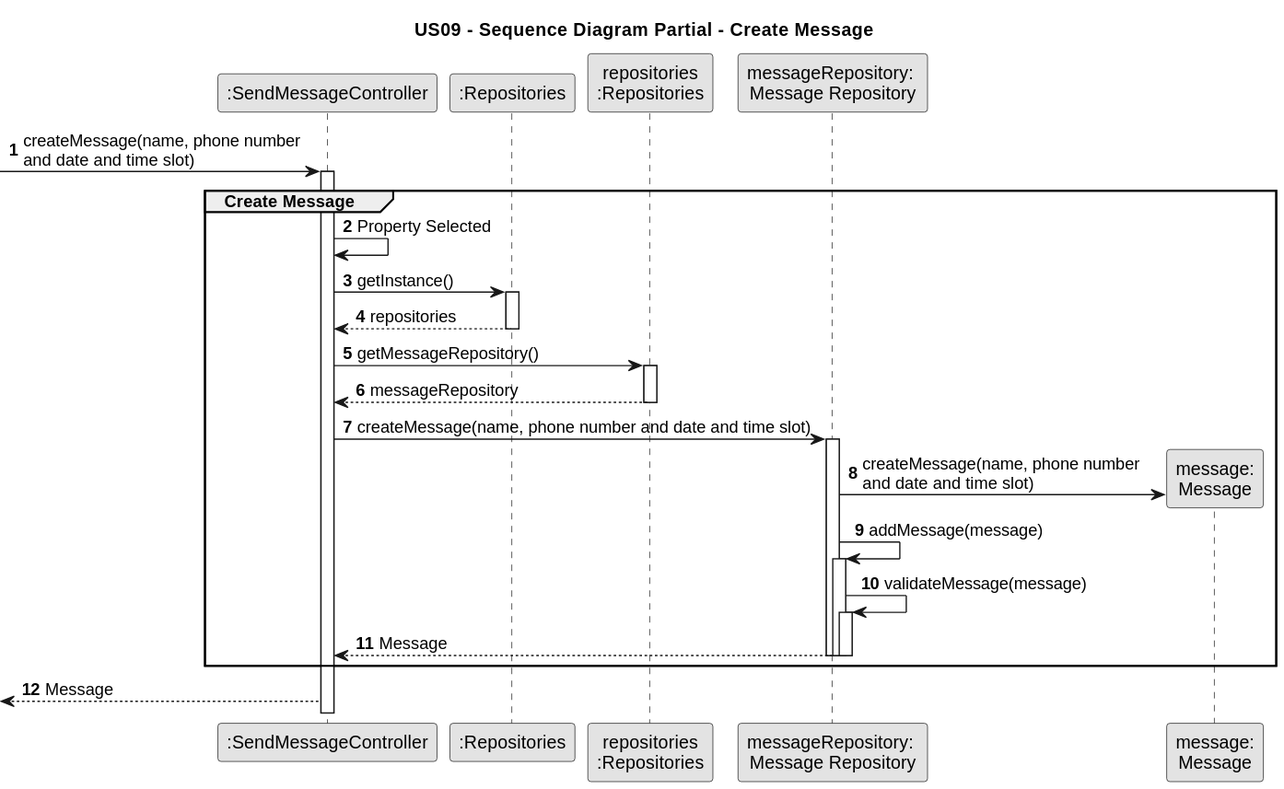
The PlantUML diagram docs/sprintC/US09/03.design/svg/us09-sequence-diagram-partial-create-message.svg in PureNimble/ISEP-LAPR2, before a commit.
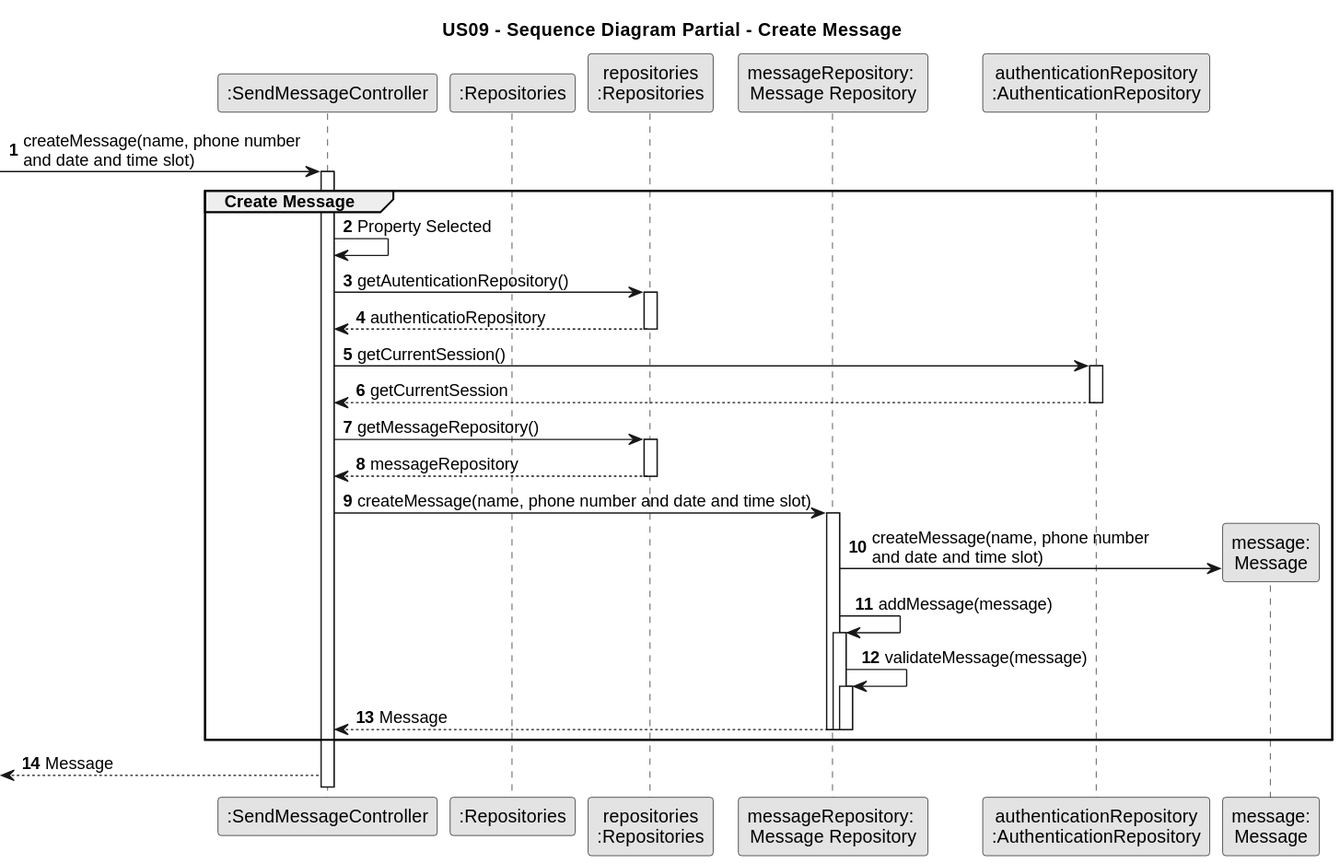
Above is the later version.

Commit message:
US09 - read me update US012 - class diagram and system sequence diagram update read me update svg creation (class diagram and system sequence diagram)

What changed in the source:
```diff
@@ -13,6 +13,7 @@
 participant ":Repositories" as Repository
 participant "repositories\n:Repositories" as Repository2
 participant "messageRepository: \nMessage Repository" as messageRepository
+participant "authenticationRepository\n:AuthenticationRepository" as AuthenticationRepository
 participant "message:\nMessage" as message
 
 autonumber
@@ -24,33 +25,40 @@
 
     CTRL ->CTRL: Property Selected
 
-        CTRL -> Repository : getInstance()
-            activate Repository
-
-        Repository --> CTRL : repositories
-            deactivate Repository
-
-        CTRL -> Repository2 : getMessageRepository()
+            CTRL -> Repository2 : getAutenticationRepository()
             activate Repository2
 
-        Repository2 --> CTRL : messageRepository
+            Repository2 --> CTRL : authenticatioRepository
             deactivate Repository2
 
-            CTRL -> messageRepository : createMessage(name, phone number and date and time slot)
-                activate messageRepository
+            CTRL -> AuthenticationRepository : getCurrentSession()
+            activate AuthenticationRepository
 
-                messageRepository -> message** : createMessage(name, phone number \nand date and time slot)
+            AuthenticationRepository --> CTRL : getCurrentSession
+            deactivate AuthenticationRepository
 
-                messageRepository -> messageRepository : addMessage(message)
-                activate messageRepository
+                CTRL -> Repository2 : getMessageRepository()
+                    activate Repository2
 
-                messageRepository -> messageRepository : validateMessage(message)
-                activate messageRepository
+                Repository2 --> CTRL : messageRepository
+                    deactivate Repository2
 
-                messageRepository --> CTRL : Message
-                deactivate messageRepository
-                deactivate messageRepository
-                deactivate messageRepository
+                    CTRL -> messageRepository : createMessage(name, phone number and date and time slot)
+                        activate messageRepository
+
+                        messageRepository -> message** : createMessage(name, phone number \nand date and time slot)
+
+                        messageRepository -> messageRepository : addMessage(message)
+                        activate messageRepository
+
+                        messageRepository -> messageRepository : validateMessage(message)
+                        activate messageRepository
+
+                        messageRepository --> CTRL : Message
+                        deactivate messageRepository
+                        deactivate messageRepository
+                        deactivate messageRepository
+
 
                 end
 
```
